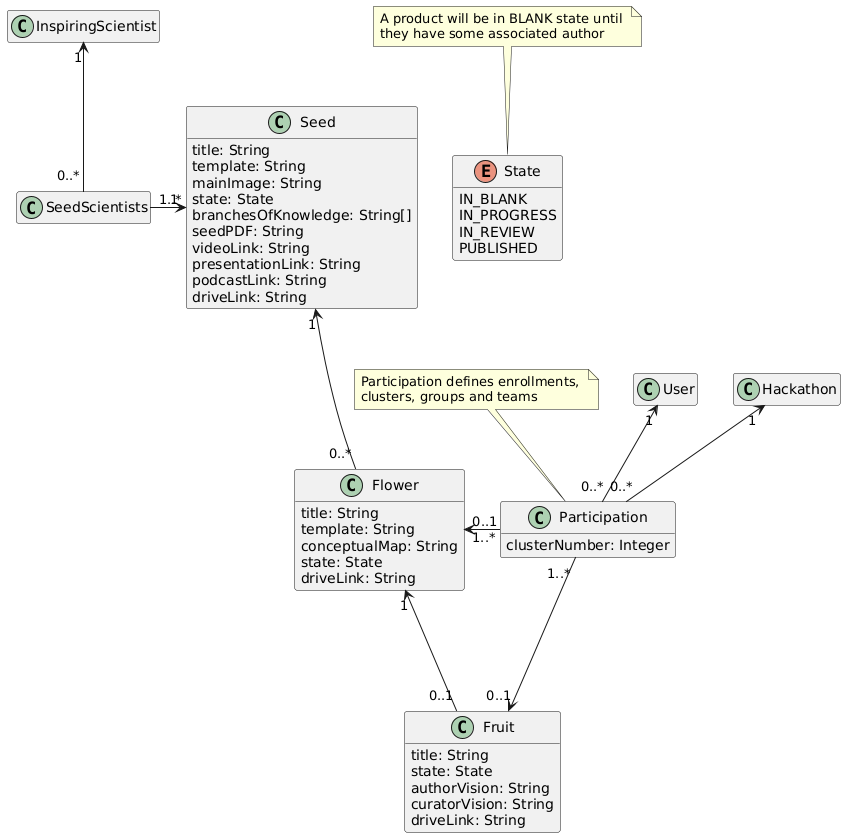
Above: docs/diagrams/domain/AppSciArt_items.png in sciart-org/AppSciArt (PlantUML), before the change. Its source is kept beside it as docs/diagrams/domain/AppSciArt_items.iuml. The source it was exported from:
```plantuml
@startuml

hide empty members

note "Participation defines enrollments, \nclusters, groups and teams" as n2
note "A product will be in BLANK state until \nthey have some associated author" as n3

n2 .. Participation
n3 .. State

Seed "1" <--down- "0..*" Flower
Flower "1" <--down- "0..1" Fruit

Flower "0..1" <-right-- "1..*" Participation
Fruit "0..1" <-up- "1..*" Participation
User "1" <-- "0..*" Participation
Hackathon "1" <-- "0..*" Participation

Seed "1" <-left- "1..*" SeedScientists
InspiringScientist "1" <-- "0..*" SeedScientists

enum State {
  IN_BLANK
  IN_PROGRESS
  IN_REVIEW
  PUBLISHED
}

class Participation {
  clusterNumber: Integer
}

class Seed {
  title: String
  template: String
  mainImage: String
  state: State
  branchesOfKnowledge: String[]
  seedPDF: String
  videoLink: String
  presentationLink: String
  podcastLink: String
  driveLink: String
}

class Fruit {
  title: String
  state: State
  authorVision: String
  curatorVision: String
  driveLink: String
}

class Flower {
  title: String
  template: String
  conceptualMap: String
  state: State
  driveLink: String
}

@enduml
```
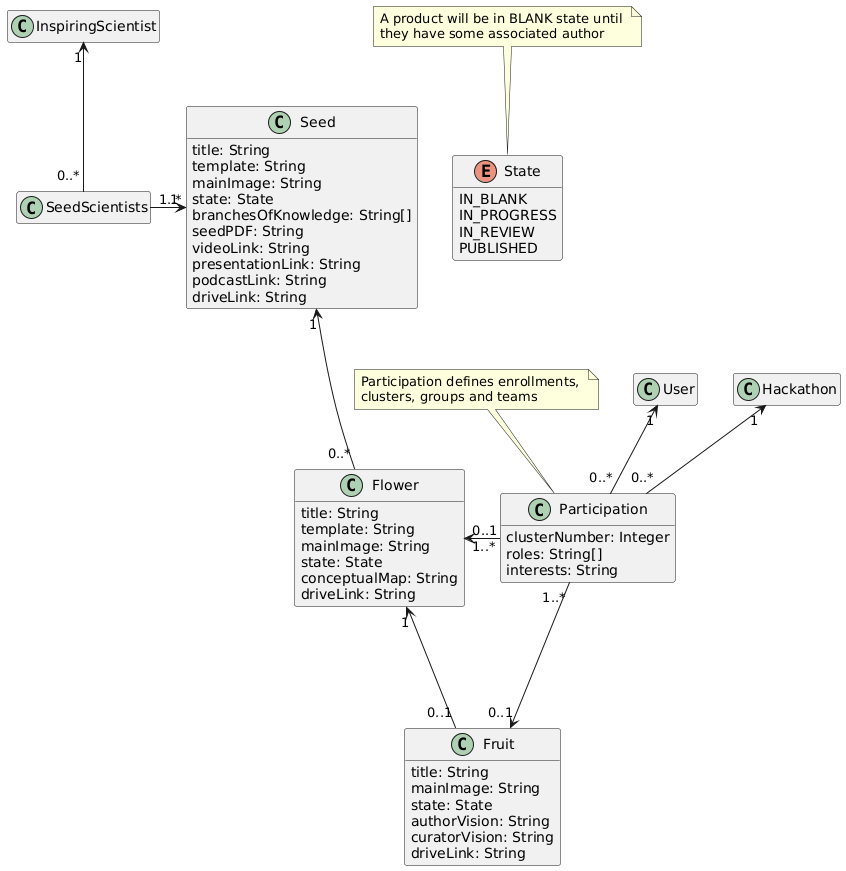
Above is the later version.

Commit message:
docs: minor changes on domain model diagrams

Change to the diagram source:
```diff
@@ -28,6 +28,8 @@
 
 class Participation {
   clusterNumber: Integer
+  roles: String[]
+  interests: String
 }
 
 class Seed {
@@ -43,20 +45,22 @@
   driveLink: String
 }
 
+class Flower {
+  title: String
+  template: String
+  mainImage: String
+  state: State
+  conceptualMap: String
+  driveLink: String
+}
+
 class Fruit {
   title: String
+  mainImage: String
   state: State
   authorVision: String
   curatorVision: String
   driveLink: String
 }
 
-class Flower {
-  title: String
-  template: String
-  conceptualMap: String
-  state: State
-  driveLink: String
-}
-
 @enduml
```
